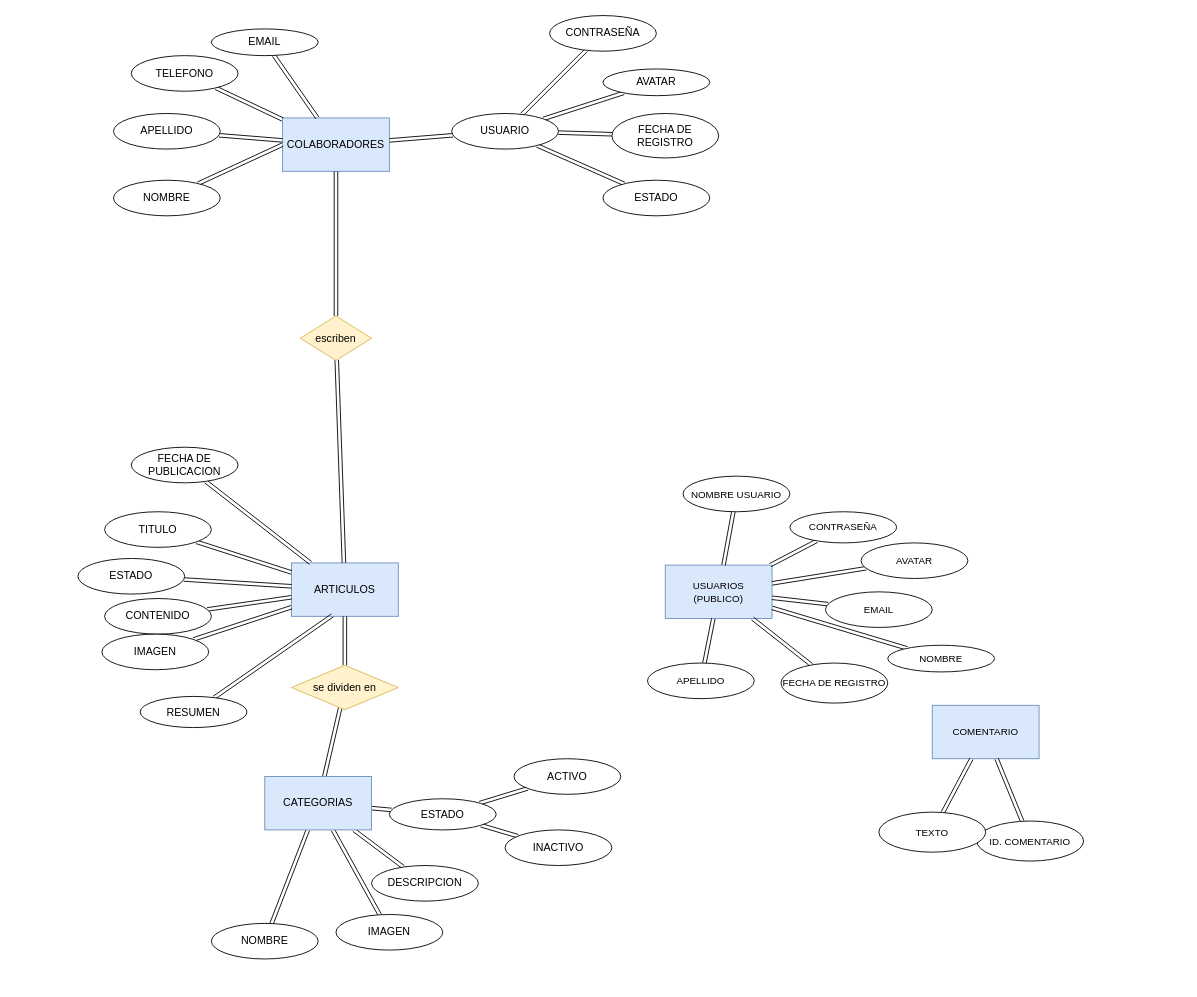
This is Diagrama sin título.drawio from AilenChA/2023.info.com8, a draw.io file, before an edit. Source tidied: cells renumbered, new cells numbered last; positions are measured from the earlier drawing's top-left corner, leaving out a move shared by most shapes. Both pictures are drawn from the tidied source at 89%, with x=0, y=0 at pixel (77, 15).
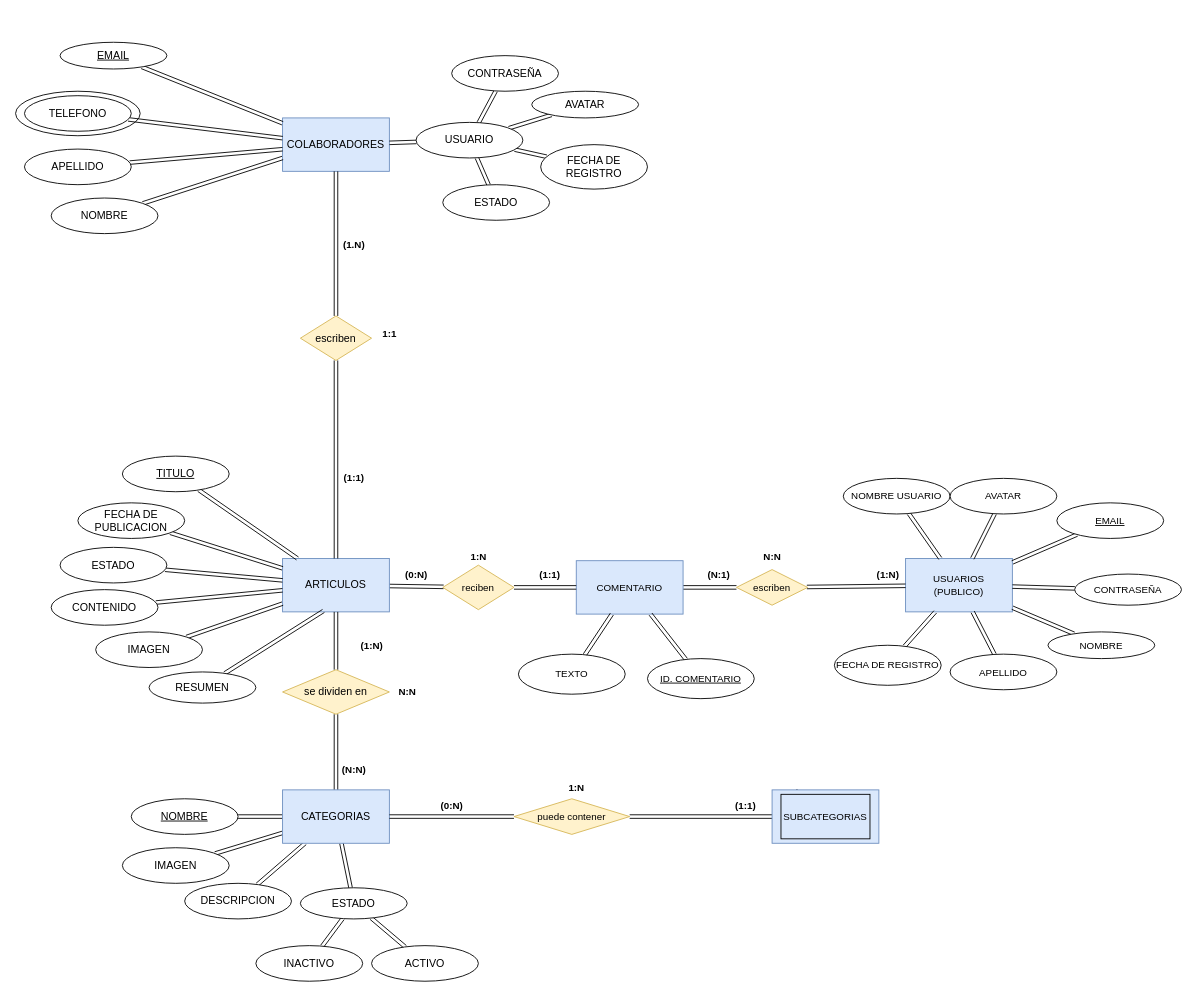
After the change.

Unchanged cells that the change refers to:
```xml
<mxCell id="2" value="COLABORADORES" style="rounded=0;whiteSpace=wrap;html=1;fillColor=#dae8fc;strokeColor=#6c8ebf;" parent="1" vertex="1">
  <mxGeometry x="230" y="115" width="120" height="60" as="geometry" />
</mxCell>
```

Diff of the diagram source:
```diff
@@
+    <mxCell id="73" style="edgeStyle=none;shape=link;rounded=0;jettySize=auto;html=1;labelBackgroundColor=default;strokeColor=default;fontFamily=Helvetica;fontSize=11;fontColor=default;endArrow=classic;" parent="1" edge="1" source="3" target="76">
+      <mxGeometry relative="1" as="geometry" />
+    </mxCell>
     <mxCell id="3" value="ARTICULOS" style="rounded=0;whiteSpace=wrap;html=1;fillColor=#dae8fc;strokeColor=#6c8ebf;" parent="1" vertex="1">
-      <mxGeometry x="240" y="615" width="120" height="60" as="geometry" />
+      <mxGeometry x="230" y="610" width="120" height="60" as="geometry" />
     </mxCell>
@@
     <mxCell id="9" value="CATEGORIAS" style="rounded=0;whiteSpace=wrap;html=1;fillColor=#dae8fc;strokeColor=#6c8ebf;" parent="1" vertex="1">
-      <mxGeometry x="210" y="855" width="120" height="60" as="geometry" />
+      <mxGeometry x="230" y="870" width="120" height="60" as="geometry" />
     </mxCell>
-    <mxCell id="10" style="edgeStyle=none;shape=link;rounded=0;jettySize=auto;html=1;entryX=0;entryY=0.5;entryDx=0;entryDy=0;labelBackgroundColor=default;strokeColor=default;fontFamily=Helvetica;fontSize=11;fontColor=default;endArrow=classic;" parent="1" edge="1" source="11" target="2">
+    <mxCell id="10" style="edgeStyle=none;shape=link;rounded=0;jettySize=auto;html=1;labelBackgroundColor=default;strokeColor=default;fontFamily=Helvetica;fontSize=11;fontColor=default;endArrow=classic;entryX=0;entryY=0.75;entryDx=0;entryDy=0;" parent="1" edge="1" source="11" target="2">
       <mxGeometry relative="1" as="geometry" />
     </mxCell>
     <mxCell id="11" value="NOMBRE" style="ellipse;whiteSpace=wrap;html=1;" parent="1" vertex="1">
-      <mxGeometry x="40" y="185" width="120" height="40" as="geometry" />
+      <mxGeometry x="-30" y="205" width="120" height="40" as="geometry" />
     </mxCell>
@@
     <mxCell id="13" value="APELLIDO" style="ellipse;whiteSpace=wrap;html=1;" parent="1" vertex="1">
-      <mxGeometry x="40" y="110" width="120" height="40" as="geometry" />
+      <mxGeometry x="-60" y="150" width="120" height="40" as="geometry" />
     </mxCell>
@@
     <mxCell id="19" value="USUARIO" style="ellipse;whiteSpace=wrap;html=1;" parent="1" vertex="1">
-      <mxGeometry x="420" y="110" width="120" height="40" as="geometry" />
+      <mxGeometry x="380" y="120" width="120" height="40" as="geometry" />
     </mxCell>
@@
     <mxCell id="21" value="TELEFONO" style="ellipse;whiteSpace=wrap;html=1;" parent="1" vertex="1">
-      <mxGeometry x="60" y="45" width="120" height="40" as="geometry" />
+      <mxGeometry x="-60" y="90" width="120" height="40" as="geometry" />
     </mxCell>
@@
-    <mxCell id="23" value="EMAIL" style="ellipse;whiteSpace=wrap;html=1;" parent="1" vertex="1">
-      <mxGeometry x="150" y="15" width="120" height="30" as="geometry" />
+    <mxCell id="23" value="EMAIL" style="ellipse;whiteSpace=wrap;html=1;fontStyle=4;" parent="1" vertex="1">
+      <mxGeometry x="-20" y="30" width="120" height="30" as="geometry" />
     </mxCell>
     <mxCell id="24" value="CONTRASEÑA" style="ellipse;whiteSpace=wrap;html=1;" parent="1" vertex="1">
-      <mxGeometry x="530" width="120" height="40" as="geometry" />
+      <mxGeometry x="420" y="45" width="120" height="40" as="geometry" />
     </mxCell>
     <mxCell id="25" value="ESTADO" style="ellipse;whiteSpace=wrap;html=1;" parent="1" vertex="1">
-      <mxGeometry x="590" y="185" width="120" height="40" as="geometry" />
+      <mxGeometry x="410" y="190" width="120" height="40" as="geometry" />
     </mxCell>
     <mxCell id="26" value="FECHA DE REGISTRO" style="ellipse;whiteSpace=wrap;html=1;" parent="1" vertex="1">
-      <mxGeometry x="600" y="110" width="120" height="50" as="geometry" />
+      <mxGeometry x="520" y="145" width="120" height="50" as="geometry" />
     </mxCell>
     <mxCell id="27" value="AVATAR" style="ellipse;whiteSpace=wrap;html=1;" parent="1" vertex="1">
-      <mxGeometry x="590" y="60" width="120" height="30" as="geometry" />
+      <mxGeometry x="510" y="85" width="120" height="30" as="geometry" />
     </mxCell>
@@
     <mxCell id="32" value="se dividen en" style="rhombus;whiteSpace=wrap;html=1;fillColor=#fff2cc;strokeColor=#d6b656;" parent="1" vertex="1">
-      <mxGeometry x="240" y="730" width="120" height="50" as="geometry" />
+      <mxGeometry x="230" y="735" width="120" height="50" as="geometry" />
     </mxCell>
@@
-    <mxCell id="34" value="TITULO" style="ellipse;whiteSpace=wrap;html=1;" parent="1" vertex="1">
-      <mxGeometry x="30" y="557.5" width="120" height="40" as="geometry" />
+    <mxCell id="34" value="TITULO" style="ellipse;whiteSpace=wrap;html=1;fontStyle=4;" parent="1" vertex="1">
+      <mxGeometry x="50" y="495" width="120" height="40" as="geometry" />
     </mxCell>
@@
     <mxCell id="36" value="RESUMEN" style="ellipse;whiteSpace=wrap;html=1;" parent="1" vertex="1">
-      <mxGeometry x="70" y="765" width="120" height="35" as="geometry" />
+      <mxGeometry x="80" y="737.5" width="120" height="35" as="geometry" />
     </mxCell>
@@
     <mxCell id="38" value="CONTENIDO" style="ellipse;whiteSpace=wrap;html=1;" parent="1" vertex="1">
-      <mxGeometry x="30" y="655" width="120" height="40" as="geometry" />
+      <mxGeometry x="-30" y="645" width="120" height="40" as="geometry" />
     </mxCell>
@@
     <mxCell id="40" value="IMAGEN" style="ellipse;whiteSpace=wrap;html=1;" parent="1" vertex="1">
-      <mxGeometry x="27" y="695" width="120" height="40" as="geometry" />
+      <mxGeometry x="20" y="692.5" width="120" height="40" as="geometry" />
     </mxCell>
@@
     <mxCell id="42" value="ESTADO" style="ellipse;whiteSpace=wrap;html=1;" parent="1" vertex="1">
-      <mxGeometry y="610" width="120" height="40" as="geometry" />
+      <mxGeometry x="-20" y="597.5" width="120" height="40" as="geometry" />
     </mxCell>
@@
     <mxCell id="44" value="FECHA DE PUBLICACION" style="ellipse;whiteSpace=wrap;html=1;" parent="1" vertex="1">
-      <mxGeometry x="60" y="485" width="120" height="40" as="geometry" />
+      <mxGeometry y="547.5" width="120" height="40" as="geometry" />
     </mxCell>
-    <mxCell id="45" value="NOMBRE" style="ellipse;whiteSpace=wrap;html=1;" parent="1" vertex="1">
-      <mxGeometry x="150" y="1020" width="120" height="40" as="geometry" />
+    <mxCell id="45" value="NOMBRE" style="ellipse;whiteSpace=wrap;html=1;fontStyle=4;" parent="1" vertex="1">
+      <mxGeometry x="60" y="880" width="120" height="40" as="geometry" />
     </mxCell>
     <mxCell id="46" value="DESCRIPCION" style="ellipse;whiteSpace=wrap;html=1;" parent="1" vertex="1">
-      <mxGeometry x="330" y="955" width="120" height="40" as="geometry" />
+      <mxGeometry x="120" y="975" width="120" height="40" as="geometry" />
     </mxCell>
     <mxCell id="47" value="IMAGEN" style="ellipse;whiteSpace=wrap;html=1;" parent="1" vertex="1">
-      <mxGeometry x="290" y="1010" width="120" height="40" as="geometry" />
+      <mxGeometry x="50" y="935" width="120" height="40" as="geometry" />
     </mxCell>
@@
     <mxCell id="50" value="ESTADO" style="ellipse;whiteSpace=wrap;html=1;" parent="1" vertex="1">
-      <mxGeometry x="350" y="880" width="120" height="35" as="geometry" />
+      <mxGeometry x="250" y="980" width="120" height="35" as="geometry" />
     </mxCell>
     <mxCell id="51" value="ACTIVO" style="ellipse;whiteSpace=wrap;html=1;" parent="1" vertex="1">
-      <mxGeometry x="490" y="835" width="120" height="40" as="geometry" />
+      <mxGeometry x="330" y="1045" width="120" height="40" as="geometry" />
     </mxCell>
     <mxCell id="52" value="INACTIVO" style="ellipse;whiteSpace=wrap;html=1;" parent="1" vertex="1">
-      <mxGeometry x="480" y="915" width="120" height="40" as="geometry" />
+      <mxGeometry x="200" y="1045" width="120" height="40" as="geometry" />
     </mxCell>
     <mxCell id="53" value="USUARIOS&lt;br&gt;(PUBLICO)" style="rounded=0;whiteSpace=wrap;html=1;fontFamily=Helvetica;fontSize=11;fillColor=#dae8fc;strokeColor=#6c8ebf;" parent="1" vertex="1">
-      <mxGeometry x="660" y="617.5" width="120" height="60" as="geometry" />
+      <mxGeometry x="930" y="610" width="120" height="60" as="geometry" />
     </mxCell>
@@
     <mxCell id="55" value="NOMBRE" style="ellipse;whiteSpace=wrap;html=1;fontFamily=Helvetica;fontSize=11;fontColor=default;" parent="1" vertex="1">
-      <mxGeometry x="910" y="707.5" width="120" height="30" as="geometry" />
+      <mxGeometry x="1090" y="692.5" width="120" height="30" as="geometry" />
     </mxCell>
@@
     <mxCell id="57" value="APELLIDO" style="ellipse;whiteSpace=wrap;html=1;fontFamily=Helvetica;fontSize=11;fontColor=default;" parent="1" vertex="1">
-      <mxGeometry x="640" y="727.5" width="120" height="40" as="geometry" />
+      <mxGeometry x="980" y="717.5" width="120" height="40" as="geometry" />
     </mxCell>
@@
     <mxCell id="59" value="NOMBRE USUARIO" style="ellipse;whiteSpace=wrap;html=1;fontFamily=Helvetica;fontSize=11;fontColor=default;" parent="1" vertex="1">
-      <mxGeometry x="680" y="517.5" width="120" height="40" as="geometry" />
+      <mxGeometry x="860" y="520" width="120" height="40" as="geometry" />
     </mxCell>
@@
     <mxCell id="61" value="AVATAR" style="ellipse;whiteSpace=wrap;html=1;fontFamily=Helvetica;fontSize=11;fontColor=default;" parent="1" vertex="1">
-      <mxGeometry x="880" y="592.5" width="120" height="40" as="geometry" />
+      <mxGeometry x="980" y="520" width="120" height="40" as="geometry" />
     </mxCell>
@@
     <mxCell id="63" value="FECHA DE REGISTRO" style="ellipse;whiteSpace=wrap;html=1;fontFamily=Helvetica;fontSize=11;fontColor=default;" parent="1" vertex="1">
-      <mxGeometry x="790" y="727.5" width="120" height="45" as="geometry" />
+      <mxGeometry x="850" y="707.5" width="120" height="45" as="geometry" />
     </mxCell>
@@
-    <mxCell id="65" value="EMAIL" style="ellipse;whiteSpace=wrap;html=1;fontFamily=Helvetica;fontSize=11;fontColor=default;" parent="1" vertex="1">
-      <mxGeometry x="840" y="647.5" width="120" height="40" as="geometry" />
+    <mxCell id="65" value="EMAIL" style="ellipse;whiteSpace=wrap;html=1;fontFamily=Helvetica;fontSize=11;fontColor=default;fontStyle=4;" parent="1" vertex="1">
+      <mxGeometry x="1100" y="547.5" width="120" height="40" as="geometry" />
     </mxCell>
@@
     <mxCell id="67" value="CONTRASEÑA" style="ellipse;whiteSpace=wrap;html=1;fontFamily=Helvetica;fontSize=11;fontColor=default;" parent="1" vertex="1">
-      <mxGeometry x="800" y="557.5" width="120" height="35" as="geometry" />
+      <mxGeometry x="1120" y="627.5" width="120" height="35" as="geometry" />
     </mxCell>
+    <mxCell id="74" style="edgeStyle=none;shape=link;rounded=0;jettySize=auto;html=1;labelBackgroundColor=default;strokeColor=default;fontFamily=Helvetica;fontSize=11;fontColor=default;endArrow=classic;" parent="1" edge="1" source="68" target="78">
+      <mxGeometry relative="1" as="geometry" />
+    </mxCell>
     <mxCell id="68" value="COMENTARIO" style="rounded=0;whiteSpace=wrap;html=1;fontFamily=Helvetica;fontSize=11;fillColor=#dae8fc;strokeColor=#6c8ebf;" parent="1" vertex="1">
-      <mxGeometry x="960" y="775" width="120" height="60" as="geometry" />
+      <mxGeometry x="560" y="612.5" width="120" height="60" as="geometry" />
     </mxCell>
@@
-    <mxCell id="70" value="ID. COMENTARIO" style="ellipse;whiteSpace=wrap;html=1;fontFamily=Helvetica;fontSize=11;fontColor=default;" parent="1" vertex="1">
-      <mxGeometry x="1010" y="905" width="120" height="45" as="geometry" />
+    <mxCell id="70" value="ID. COMENTARIO" style="ellipse;whiteSpace=wrap;html=1;fontFamily=Helvetica;fontSize=11;fontColor=default;fontStyle=4;" parent="1" vertex="1">
+      <mxGeometry x="640" y="722.5" width="120" height="45" as="geometry" />
     </mxCell>
@@
     <mxCell id="72" value="TEXTO" style="ellipse;whiteSpace=wrap;html=1;fontFamily=Helvetica;fontSize=11;fontColor=default;" parent="1" vertex="1">
-      <mxGeometry x="900" y="895" width="120" height="45" as="geometry" />
+      <mxGeometry x="495" y="717.5" width="120" height="45" as="geometry" />
     </mxCell>
+    <mxCell id="75" style="edgeStyle=none;shape=link;rounded=0;jettySize=auto;html=1;labelBackgroundColor=default;strokeColor=default;fontFamily=Helvetica;fontSize=11;fontColor=default;endArrow=classic;" parent="1" edge="1" source="76" target="68">
+      <mxGeometry relative="1" as="geometry" />
+    </mxCell>
+    <mxCell id="76" value="reciben" style="rhombus;whiteSpace=wrap;html=1;fontFamily=Helvetica;fontSize=11;fillColor=#fff2cc;strokeColor=#d6b656;" parent="1" vertex="1">
+      <mxGeometry x="410" y="617.5" width="80" height="50" as="geometry" />
+    </mxCell>
+    <mxCell id="77" style="edgeStyle=none;shape=link;rounded=0;jettySize=auto;html=1;labelBackgroundColor=default;strokeColor=default;fontFamily=Helvetica;fontSize=11;fontColor=default;endArrow=classic;" parent="1" edge="1" source="78" target="53">
+      <mxGeometry relative="1" as="geometry" />
+    </mxCell>
+    <mxCell id="78" value="escriben" style="rhombus;whiteSpace=wrap;html=1;fontFamily=Helvetica;fontSize=11;fillColor=#fff2cc;strokeColor=#d6b656;" parent="1" vertex="1">
+      <mxGeometry x="740" y="622.5" width="80" height="40" as="geometry" />
+    </mxCell>
+    <mxCell id="79" style="ellipse;whiteSpace=wrap;html=1;fontFamily=Helvetica;fontSize=11;fontColor=default;fillColor=none;" parent="1" vertex="1">
+      <mxGeometry x="-70" y="85" width="140" height="50" as="geometry" />
+    </mxCell>
+    <mxCell id="80" style="edgeStyle=none;shape=link;rounded=0;jettySize=auto;html=1;labelBackgroundColor=default;strokeColor=default;fontFamily=Helvetica;fontSize=11;fontColor=default;endArrow=classic;" parent="1" edge="1" source="82" target="85">
+      <mxGeometry relative="1" as="geometry" />
+    </mxCell>
+    <mxCell id="81" style="edgeStyle=none;shape=link;rounded=0;jettySize=auto;html=1;labelBackgroundColor=default;strokeColor=default;fontFamily=Helvetica;fontSize=11;fontColor=default;endArrow=classic;" parent="1" edge="1" source="82" target="9">
+      <mxGeometry relative="1" as="geometry" />
+    </mxCell>
+    <mxCell id="82" value="puede contener" style="rhombus;whiteSpace=wrap;html=1;fontFamily=Helvetica;fontSize=11;fillColor=#fff2cc;strokeColor=#d6b656;" parent="1" vertex="1">
+      <mxGeometry x="490" y="880" width="130" height="40" as="geometry" />
+    </mxCell>
+    <mxCell id="83" style="edgeStyle=none;shape=link;rounded=0;jettySize=auto;html=1;exitX=0.25;exitY=0;exitDx=0;exitDy=0;entryX=0.167;entryY=0.026;entryDx=0;entryDy=0;entryPerimeter=0;labelBackgroundColor=default;strokeColor=default;fontFamily=Helvetica;fontSize=11;fontColor=default;endArrow=classic;" parent="1" edge="1" source="84" target="85">
+      <mxGeometry relative="1" as="geometry" />
+    </mxCell>
+    <mxCell id="84" value="SUBCATEGORIAS" style="rounded=0;whiteSpace=wrap;html=1;fontFamily=Helvetica;fontSize=11;fillColor=#dae8fc;strokeColor=#6c8ebf;" parent="1" vertex="1">
+      <mxGeometry x="780" y="870" width="120" height="60" as="geometry" />
+    </mxCell>
+    <mxCell id="85" style="rounded=0;whiteSpace=wrap;html=1;fontFamily=Helvetica;fontSize=11;fontColor=default;fillColor=none;" parent="1" vertex="1">
+      <mxGeometry x="790" y="875" width="100" height="50" as="geometry" />
+    </mxCell>
+    <mxCell id="86" style="edgeStyle=none;shape=link;rounded=0;orthogonalLoop=1;jettySize=auto;html=1;exitX=0.5;exitY=1;exitDx=0;exitDy=0;labelBackgroundColor=default;strokeColor=default;fontFamily=Helvetica;fontSize=11;fontColor=default;endArrow=classic;" parent="1" edge="1" source="47" target="47">
+      <mxGeometry relative="1" as="geometry" />
+    </mxCell>
+    <mxCell id="87" value="&lt;b&gt;(1:1)&lt;/b&gt;" style="text;html=1;align=center;verticalAlign=middle;strokeColor=none;fillColor=none;fontSize=11;fontFamily=Helvetica;fontColor=default;" parent="1" vertex="1">
+      <mxGeometry x="285" y="505" width="50" height="30" as="geometry" />
+    </mxCell>
+    <mxCell id="88" value="&lt;b&gt;(1.N)&lt;/b&gt;" style="text;html=1;align=center;verticalAlign=middle;strokeColor=none;fillColor=none;fontSize=11;fontFamily=Helvetica;fontColor=default;" parent="1" vertex="1">
+      <mxGeometry x="285" y="243" width="50" height="30" as="geometry" />
+    </mxCell>
+    <mxCell id="89" value="&lt;b&gt;1:1&lt;/b&gt;" style="text;html=1;align=center;verticalAlign=middle;strokeColor=none;fillColor=none;fontSize=11;fontFamily=Helvetica;fontColor=default;" parent="1" vertex="1">
+      <mxGeometry x="330" y="343" width="40" height="30" as="geometry" />
+    </mxCell>
+    <mxCell id="90" value="&lt;b&gt;(1:N)&lt;/b&gt;" style="text;html=1;align=center;verticalAlign=middle;strokeColor=none;fillColor=none;fontSize=11;fontFamily=Helvetica;fontColor=default;" parent="1" vertex="1">
+      <mxGeometry x="305" y="692.5" width="50" height="30" as="geometry" />
+    </mxCell>
+    <mxCell id="91" value="&lt;b&gt;(N:N)&lt;/b&gt;" style="text;html=1;align=center;verticalAlign=middle;strokeColor=none;fillColor=none;fontSize=11;fontFamily=Helvetica;fontColor=default;" parent="1" vertex="1">
+      <mxGeometry x="285" y="833" width="50" height="30" as="geometry" />
+    </mxCell>
+    <mxCell id="92" value="&lt;b&gt;N:N&lt;/b&gt;" style="text;html=1;align=center;verticalAlign=middle;strokeColor=none;fillColor=none;fontSize=11;fontFamily=Helvetica;fontColor=default;" parent="1" vertex="1">
+      <mxGeometry x="350" y="745" width="40" height="30" as="geometry" />
+    </mxCell>
+    <mxCell id="93" value="&lt;b&gt;(0:N)&lt;/b&gt;" style="text;html=1;align=center;verticalAlign=middle;strokeColor=none;fillColor=none;fontSize=11;fontFamily=Helvetica;fontColor=default;" parent="1" vertex="1">
+      <mxGeometry x="355" y="613" width="50" height="30" as="geometry" />
+    </mxCell>
+    <mxCell id="94" value="&lt;b&gt;(1:1)&lt;/b&gt;" style="text;html=1;align=center;verticalAlign=middle;strokeColor=none;fillColor=none;fontSize=11;fontFamily=Helvetica;fontColor=default;" parent="1" vertex="1">
+      <mxGeometry x="505" y="613" width="50" height="30" as="geometry" />
+    </mxCell>
+    <mxCell id="95" value="&lt;b&gt;1:N&lt;/b&gt;" style="text;html=1;align=center;verticalAlign=middle;strokeColor=none;fillColor=none;fontSize=11;fontFamily=Helvetica;fontColor=default;" parent="1" vertex="1">
+      <mxGeometry x="430" y="593" width="40" height="30" as="geometry" />
+    </mxCell>
+    <mxCell id="96" value="&lt;b&gt;(N:1)&lt;/b&gt;" style="text;html=1;align=center;verticalAlign=middle;strokeColor=none;fillColor=none;fontSize=11;fontFamily=Helvetica;fontColor=default;" parent="1" vertex="1">
+      <mxGeometry x="695" y="613" width="50" height="30" as="geometry" />
+    </mxCell>
+    <mxCell id="97" value="&lt;b&gt;(1:N)&lt;/b&gt;" style="text;html=1;align=center;verticalAlign=middle;strokeColor=none;fillColor=none;fontSize=11;fontFamily=Helvetica;fontColor=default;" parent="1" vertex="1">
+      <mxGeometry x="885" y="613" width="50" height="30" as="geometry" />
+    </mxCell>
+    <mxCell id="98" value="&lt;b&gt;N:N&lt;/b&gt;" style="text;html=1;align=center;verticalAlign=middle;strokeColor=none;fillColor=none;fontSize=11;fontFamily=Helvetica;fontColor=default;" parent="1" vertex="1">
+      <mxGeometry x="760" y="593" width="40" height="30" as="geometry" />
+    </mxCell>
+    <mxCell id="99" value="&lt;b&gt;(0:N)&lt;/b&gt;" style="text;html=1;align=center;verticalAlign=middle;strokeColor=none;fillColor=none;fontSize=11;fontFamily=Helvetica;fontColor=default;" parent="1" vertex="1">
+      <mxGeometry x="395" y="873" width="50" height="30" as="geometry" />
+    </mxCell>
+    <mxCell id="100" value="&lt;b&gt;(1:1)&lt;/b&gt;" style="text;html=1;align=center;verticalAlign=middle;strokeColor=none;fillColor=none;fontSize=11;fontFamily=Helvetica;fontColor=default;" parent="1" vertex="1">
+      <mxGeometry x="725" y="873" width="50" height="30" as="geometry" />
+    </mxCell>
+    <mxCell id="101" value="&lt;b&gt;1:N&lt;/b&gt;" style="text;html=1;align=center;verticalAlign=middle;strokeColor=none;fillColor=none;fontSize=11;fontFamily=Helvetica;fontColor=default;" parent="1" vertex="1">
+      <mxGeometry x="540" y="853" width="40" height="30" as="geometry" />
+    </mxCell>
```
